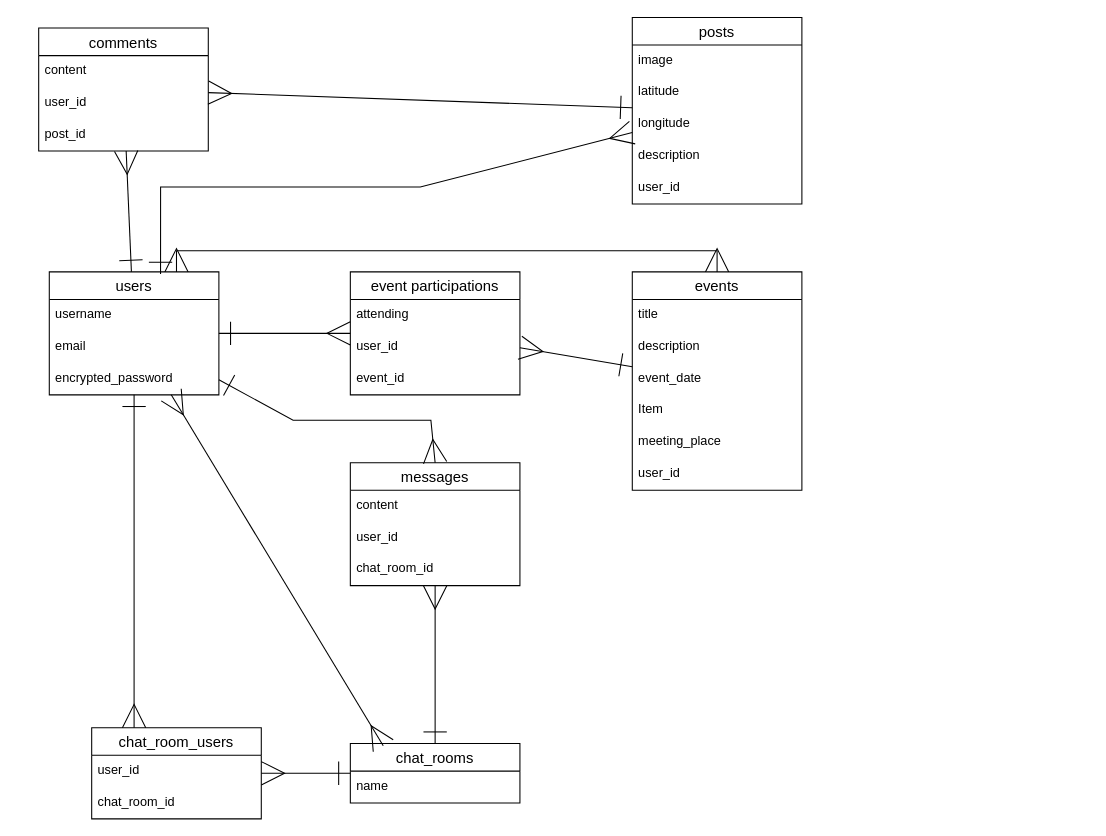
asuma3399/cycleconnect keeps this draw.io diagram as cycleconnect.dio. Above is the earlier version. Source tidied: cells renumbered, new cells numbered last; positions are measured from the earlier drawing's top-left corner, leaving out a move shared by most shapes. Both pictures are drawn from the tidied source at 106%, with x=0, y=0 at pixel (38, 17).
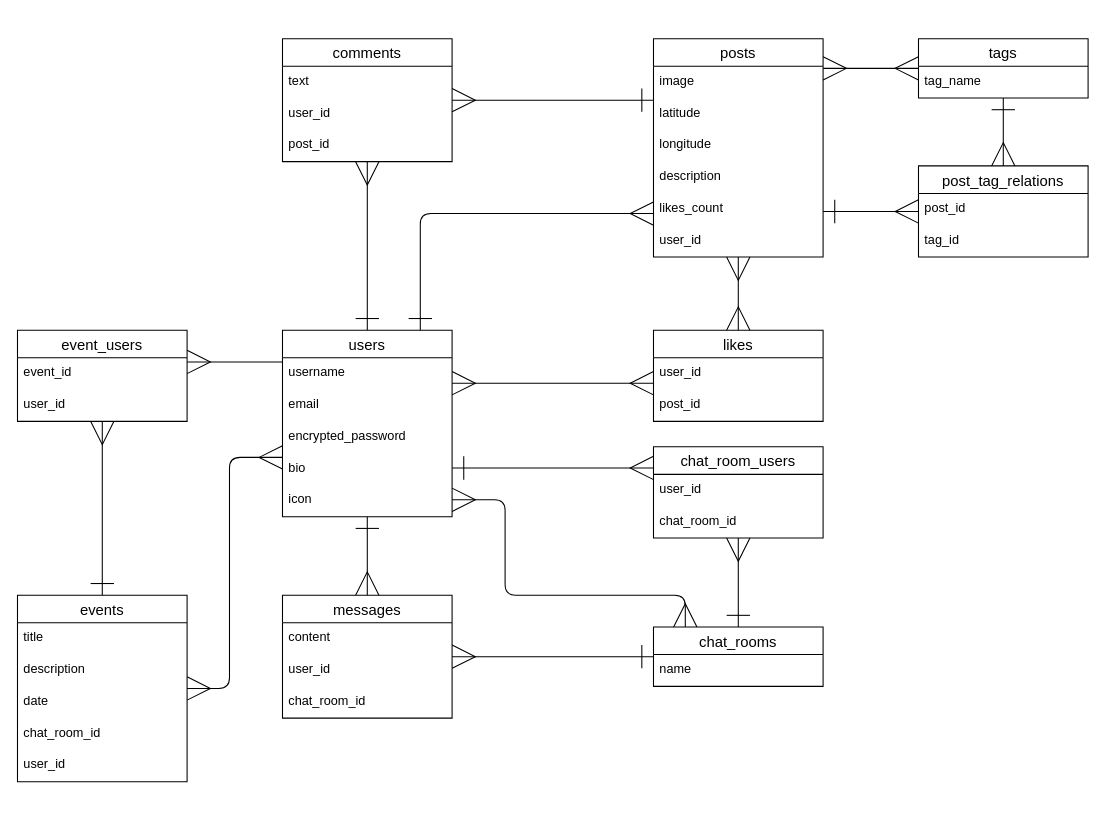
Above is the later version.

The edit, as a diff of the source:
```diff
@@
-<mxGraphModel>
+<mxGraphModel background="#FFFFFF">
@@
-    <mxCell id="3" style="edgeStyle=none;html=1;startArrow=ERone;startFill=0;endArrow=ERmany;endFill=0;startSize=20;endSize=20;" parent="1" edge="1" source="5" target="27">
-      <mxGeometry relative="1" as="geometry" />
-    </mxCell>
-    <mxCell id="4" style="edgeStyle=none;html=1;startArrow=ERmany;startFill=0;endArrow=ERmany;endFill=0;startSize=20;endSize=20;exitX=0.75;exitY=0;exitDx=0;exitDy=0;entryX=0.5;entryY=0;entryDx=0;entryDy=0;rounded=0;" parent="1" edge="1" source="5" target="20">
-      <mxGeometry relative="1" as="geometry">
-        <Array as="points">
-          <mxPoint x="130" y="220" />
-          <mxPoint x="320" y="220" />
-          <mxPoint x="400" y="220" />
-          <mxPoint x="520" y="220" />
-          <mxPoint x="640" y="220" />
-        </Array>
-      </mxGeometry>
-    </mxCell>
     <mxCell id="5" value="users" style="swimlane;fontStyle=0;horizontal=1;startSize=26;align=center;fontSize=14;" parent="1" vertex="1">
-      <mxGeometry x="10" y="240" width="160" height="116" as="geometry" />
+      <mxGeometry x="230" y="295" width="160" height="176" as="geometry" />
     </mxCell>
@@
+    <mxCell id="47" value="bio" style="text;strokeColor=none;fillColor=none;spacingLeft=4;spacingRight=4;overflow=hidden;fontSize=12;" parent="5" vertex="1">
+      <mxGeometry y="116" width="160" height="30" as="geometry" />
+    </mxCell>
+    <mxCell id="48" value="icon" style="text;strokeColor=none;fillColor=none;spacingLeft=4;spacingRight=4;overflow=hidden;fontSize=12;" parent="5" vertex="1">
+      <mxGeometry y="146" width="160" height="30" as="geometry" />
+    </mxCell>
     <mxCell id="9" value="posts" style="swimlane;fontStyle=0;horizontal=1;startSize=26;align=center;fontSize=14;" parent="1" vertex="1">
-      <mxGeometry x="560" width="160" height="176" as="geometry" />
+      <mxGeometry x="580" y="20" width="160" height="206" as="geometry" />
     </mxCell>
@@
+    <mxCell id="49" value="likes_count" style="text;strokeColor=none;fillColor=none;spacingLeft=4;spacingRight=4;overflow=hidden;fontSize=12;" parent="9" vertex="1">
+      <mxGeometry y="146" width="160" height="30" as="geometry" />
+    </mxCell>
     <mxCell id="14" value="user_id" style="text;strokeColor=none;fillColor=none;spacingLeft=4;spacingRight=4;overflow=hidden;fontSize=12;" parent="9" vertex="1">
-      <mxGeometry y="146" width="160" height="30" as="geometry" />
+      <mxGeometry y="176" width="160" height="30" as="geometry" />
     </mxCell>
     <mxCell id="15" value="comments" style="swimlane;fontStyle=0;horizontal=1;startSize=26;align=center;fontSize=14;" parent="1" vertex="1">
-      <mxGeometry y="10" width="160" height="116" as="geometry" />
+      <mxGeometry x="230" y="20" width="160" height="116" as="geometry" />
     </mxCell>
-    <mxCell id="16" value="content" style="text;strokeColor=none;fillColor=none;spacingLeft=4;spacingRight=4;overflow=hidden;fontSize=12;" parent="15" vertex="1">
+    <mxCell id="16" value="text" style="text;strokeColor=none;fillColor=none;spacingLeft=4;spacingRight=4;overflow=hidden;fontSize=12;" parent="15" vertex="1">
       <mxGeometry y="26" width="160" height="30" as="geometry" />
     </mxCell>
@@
-    <mxCell id="19" style="edgeStyle=none;html=1;startArrow=ERone;startFill=0;endArrow=ERmany;endFill=0;startSize=20;endSize=20;" parent="1" edge="1" source="20" target="27">
+    <mxCell id="19" style="edgeStyle=none;html=1;startArrow=ERone;startFill=0;endArrow=ERmany;endFill=0;startSize=20;endSize=20;" parent="1" edge="1" source="20" target="51">
       <mxGeometry relative="1" as="geometry" />
     </mxCell>
     <mxCell id="20" value="events" style="swimlane;fontStyle=0;horizontal=1;startSize=26;align=center;fontSize=14;" parent="1" vertex="1">
-      <mxGeometry x="560" y="240" width="160" height="206" as="geometry" />
+      <mxGeometry x="-20" y="545" width="160" height="176" as="geometry" />
     </mxCell>
@@
-    <mxCell id="23" value="event_date" style="text;strokeColor=none;fillColor=none;spacingLeft=4;spacingRight=4;overflow=hidden;fontSize=12;" parent="20" vertex="1">
+    <mxCell id="23" value="date" style="text;strokeColor=none;fillColor=none;spacingLeft=4;spacingRight=4;overflow=hidden;fontSize=12;" parent="20" vertex="1">
       <mxGeometry y="86" width="160" height="30" as="geometry" />
     </mxCell>
-    <mxCell id="24" value="Item" style="text;strokeColor=none;fillColor=none;spacingLeft=4;spacingRight=4;overflow=hidden;fontSize=12;" parent="20" vertex="1">
-      <mxGeometry y="116" width="160" height="30" as="geometry" />
-    </mxCell>
-    <mxCell id="25" value="meeting_place" style="text;strokeColor=none;fillColor=none;spacingLeft=4;spacingRight=4;overflow=hidden;fontSize=12;" parent="20" vertex="1">
-      <mxGeometry y="146" width="160" height="30" as="geometry" />
-    </mxCell>
+    <mxCell id="50" value="chat_room_id" style="text;strokeColor=none;fillColor=none;spacingLeft=4;spacingRight=4;overflow=hidden;fontSize=12;" parent="20" vertex="1">
+      <mxGeometry y="116" width="160" height="30" as="geometry" />
+    </mxCell>
     <mxCell id="26" value="user_id" style="text;strokeColor=none;fillColor=none;spacingLeft=4;spacingRight=4;overflow=hidden;fontSize=12;" parent="20" vertex="1">
-      <mxGeometry y="176" width="160" height="30" as="geometry" />
+      <mxGeometry y="146" width="160" height="30" as="geometry" />
     </mxCell>
-    <mxCell id="27" value="event participations" style="swimlane;fontStyle=0;horizontal=1;startSize=26;align=center;fontSize=14;" parent="1" vertex="1">
-      <mxGeometry x="294" y="240" width="160" height="116" as="geometry" />
-    </mxCell>
-    <mxCell id="28" value="attending" style="text;strokeColor=none;fillColor=none;spacingLeft=4;spacingRight=4;overflow=hidden;fontSize=12;" parent="27" vertex="1">
-      <mxGeometry y="26" width="160" height="30" as="geometry" />
-    </mxCell>
-    <mxCell id="29" value="user_id" style="text;strokeColor=none;fillColor=none;spacingLeft=4;spacingRight=4;overflow=hidden;fontSize=12;" parent="27" vertex="1">
-      <mxGeometry y="56" width="160" height="30" as="geometry" />
-    </mxCell>
-    <mxCell id="30" value="event_id" style="text;strokeColor=none;fillColor=none;spacingLeft=4;spacingRight=4;overflow=hidden;fontSize=12;" parent="27" vertex="1">
-      <mxGeometry y="86" width="160" height="30" as="geometry" />
-    </mxCell>
-    <mxCell id="31" style="edgeStyle=none;html=1;startArrow=ERone;startFill=0;endArrow=ERmany;endFill=0;startSize=20;endSize=20;" parent="1" edge="1" source="9" target="15">
-      <mxGeometry relative="1" as="geometry" />
+    <mxCell id="31" style="edgeStyle=orthogonalEdgeStyle;html=1;startArrow=ERone;startFill=0;endArrow=ERmany;endFill=0;startSize=20;endSize=20;" parent="1" edge="1" source="9" target="15">
+      <mxGeometry relative="1" as="geometry">
+        <Array as="points">
+          <mxPoint x="530" y="78" />
+          <mxPoint x="530" y="78" />
+        </Array>
+      </mxGeometry>
     </mxCell>
     <mxCell id="32" value="messages" style="swimlane;fontStyle=0;horizontal=1;startSize=26;align=center;fontSize=14;" parent="1" vertex="1">
-      <mxGeometry x="294" y="420" width="160" height="116" as="geometry" />
+      <mxGeometry x="230" y="545" width="160" height="116" as="geometry" />
     </mxCell>
@@
-    <mxCell id="36" style="endArrow=ERmany;html=1;rounded=0;exitX=0.656;exitY=0.017;exitDx=0;exitDy=0;exitPerimeter=0;startArrow=ERone;startFill=0;endFill=0;endSize=20;startSize=20;" parent="1" edge="1" source="5" target="9">
+    <mxCell id="36" style="endArrow=ERmany;html=1;rounded=1;startArrow=ERone;startFill=0;endFill=0;endSize=20;startSize=20;edgeStyle=orthogonalEdgeStyle;" parent="1" edge="1" source="5" target="9">
       <mxGeometry relative="1" as="geometry">
         <Array as="points">
-          <mxPoint x="115" y="160" />
-          <mxPoint x="360" y="160" />
+          <mxPoint x="360" y="185" />
         </Array>
       </mxGeometry>
     </mxCell>
-    <mxCell id="37" style="edgeStyle=none;html=1;startArrow=ERone;startFill=0;endArrow=ERmany;endFill=0;startSize=20;endSize=20;entryX=0.5;entryY=0;entryDx=0;entryDy=0;rounded=0;" parent="1" edge="1" source="5" target="32">
-      <mxGeometry relative="1" as="geometry">
-        <Array as="points">
-          <mxPoint x="240" y="380" />
-          <mxPoint x="370" y="380" />
-        </Array>
-      </mxGeometry>
+    <mxCell id="37" style="edgeStyle=none;html=1;startArrow=ERone;startFill=0;endArrow=ERmany;endFill=0;startSize=20;endSize=20;rounded=0;" parent="1" edge="1" source="5" target="32">
+      <mxGeometry relative="1" as="geometry" />
     </mxCell>
     <mxCell id="38" value="chat_room_users" style="swimlane;fontStyle=0;horizontal=1;startSize=26;align=center;fontSize=14;" parent="1" vertex="1">
-      <mxGeometry x="50" y="670" width="160" height="86" as="geometry" />
+      <mxGeometry x="580" y="405" width="160" height="86" as="geometry" />
     </mxCell>
@@
-    <mxCell id="41" style="edgeStyle=none;html=1;startArrow=ERone;startFill=0;endArrow=ERmany;endFill=0;startSize=20;endSize=20;entryX=0.25;entryY=0;entryDx=0;entryDy=0;" parent="1" edge="1" source="5" target="38">
-      <mxGeometry relative="1" as="geometry" />
+    <mxCell id="41" style="edgeStyle=orthogonalEdgeStyle;html=1;startArrow=ERone;startFill=0;endArrow=ERmany;endFill=0;startSize=20;endSize=20;" parent="1" edge="1" source="5" target="38">
+      <mxGeometry relative="1" as="geometry">
+        <Array as="points">
+          <mxPoint x="490" y="425" />
+          <mxPoint x="490" y="425" />
+        </Array>
+      </mxGeometry>
     </mxCell>
     <mxCell id="42" value="chat_rooms" style="swimlane;fontStyle=0;horizontal=1;startSize=26;align=center;fontSize=14;" parent="1" vertex="1">
-      <mxGeometry x="294" y="685" width="160" height="56" as="geometry" />
+      <mxGeometry x="580" y="575" width="160" height="56" as="geometry" />
     </mxCell>
@@
     <mxCell id="45" style="edgeStyle=none;html=1;startArrow=ERone;startFill=0;endArrow=ERmany;endFill=0;startSize=20;endSize=20;" parent="1" edge="1" source="42" target="32">
-      <mxGeometry relative="1" as="geometry" />
+      <mxGeometry relative="1" as="geometry">
+        <Array as="points">
+          <mxPoint x="490" y="603" />
+        </Array>
+      </mxGeometry>
     </mxCell>
-    <mxCell id="46" style="edgeStyle=none;html=1;startArrow=ERmany;startFill=0;endArrow=ERmany;endFill=0;startSize=20;endSize=20;entryX=0.194;entryY=0.036;entryDx=0;entryDy=0;entryPerimeter=0;" parent="1" edge="1" source="5" target="42">
-      <mxGeometry relative="1" as="geometry" />
+    <mxCell id="46" style="edgeStyle=orthogonalEdgeStyle;html=1;startArrow=ERmany;startFill=0;endArrow=ERmany;endFill=0;startSize=20;endSize=20;" parent="1" edge="1" source="5" target="42">
+      <mxGeometry relative="1" as="geometry">
+        <Array as="points">
+          <mxPoint x="440" y="455" />
+          <mxPoint x="440" y="545" />
+          <mxPoint x="610" y="545" />
+        </Array>
+      </mxGeometry>
     </mxCell>
+    <mxCell id="51" value="event_users" style="swimlane;fontStyle=0;horizontal=1;startSize=26;align=center;fontSize=14;" parent="1" vertex="1">
+      <mxGeometry x="-20" y="295" width="160" height="86" as="geometry" />
+    </mxCell>
+    <mxCell id="30" value="event_id" style="text;strokeColor=none;fillColor=none;spacingLeft=4;spacingRight=4;overflow=hidden;fontSize=12;" parent="51" vertex="1">
+      <mxGeometry y="26" width="160" height="30" as="geometry" />
+    </mxCell>
+    <mxCell id="29" value="user_id" style="text;strokeColor=none;fillColor=none;spacingLeft=4;spacingRight=4;overflow=hidden;fontSize=12;" parent="51" vertex="1">
+      <mxGeometry y="56" width="160" height="30" as="geometry" />
+    </mxCell>
+    <mxCell id="52" value="likes" style="swimlane;fontStyle=0;horizontal=1;startSize=26;align=center;fontSize=14;" parent="1" vertex="1">
+      <mxGeometry x="580" y="295" width="160" height="86" as="geometry" />
+    </mxCell>
+    <mxCell id="53" value="user_id" style="text;strokeColor=none;fillColor=none;spacingLeft=4;spacingRight=4;overflow=hidden;fontSize=12;" parent="52" vertex="1">
+      <mxGeometry y="26" width="160" height="30" as="geometry" />
+    </mxCell>
+    <mxCell id="54" value="post_id" style="text;strokeColor=none;fillColor=none;spacingLeft=4;spacingRight=4;overflow=hidden;fontSize=12;" parent="52" vertex="1">
+      <mxGeometry y="56" width="160" height="30" as="geometry" />
+    </mxCell>
+    <mxCell id="55" style="endArrow=ERmany;html=1;rounded=0;startArrow=ERmany;startFill=0;endFill=0;endSize=20;startSize=20;" parent="1" edge="1" source="52" target="9">
+      <mxGeometry relative="1" as="geometry" />
+    </mxCell>
+    <mxCell id="56" style="endArrow=ERmany;html=1;rounded=1;startSize=20;endSize=20;startArrow=ERmany;startFill=0;endFill=0;edgeStyle=orthogonalEdgeStyle;" parent="1" edge="1" source="5" target="52">
+      <mxGeometry relative="1" as="geometry">
+        <Array as="points">
+          <mxPoint x="480" y="345" />
+          <mxPoint x="480" y="345" />
+        </Array>
+      </mxGeometry>
+    </mxCell>
+    <mxCell id="57" value="post_tag_relations" style="swimlane;fontStyle=0;horizontal=1;startSize=26;align=center;fontSize=14;" parent="1" vertex="1">
+      <mxGeometry x="830" y="140" width="160" height="86" as="geometry" />
+    </mxCell>
+    <mxCell id="58" value="post_id" style="text;strokeColor=none;fillColor=none;spacingLeft=4;spacingRight=4;overflow=hidden;fontSize=12;" parent="57" vertex="1">
+      <mxGeometry y="26" width="160" height="30" as="geometry" />
+    </mxCell>
+    <mxCell id="59" value="tag_id" style="text;strokeColor=none;fillColor=none;spacingLeft=4;spacingRight=4;overflow=hidden;fontSize=12;" parent="57" vertex="1">
+      <mxGeometry y="56" width="160" height="30" as="geometry" />
+    </mxCell>
+    <mxCell id="60" value="tags" style="swimlane;fontStyle=0;horizontal=1;startSize=26;align=center;fontSize=14;" parent="1" vertex="1">
+      <mxGeometry x="830" y="20" width="160" height="56" as="geometry" />
+    </mxCell>
+    <mxCell id="61" value="tag_name" style="text;strokeColor=none;fillColor=none;spacingLeft=4;spacingRight=4;overflow=hidden;fontSize=12;" parent="60" vertex="1">
+      <mxGeometry y="26" width="160" height="30" as="geometry" />
+    </mxCell>
+    <mxCell id="62" style="edgeStyle=orthogonalEdgeStyle;html=1;startArrow=ERmany;startFill=0;endArrow=ERmany;endFill=0;startSize=20;endSize=20;" parent="1" edge="1" source="9" target="60">
+      <mxGeometry relative="1" as="geometry">
+        <Array as="points">
+          <mxPoint x="770" y="48" />
+          <mxPoint x="770" y="48" />
+        </Array>
+      </mxGeometry>
+    </mxCell>
+    <mxCell id="63" style="edgeStyle=none;html=1;startArrow=ERone;startFill=0;endArrow=ERmany;endFill=0;startSize=20;endSize=20;" parent="1" edge="1" source="60" target="57">
+      <mxGeometry relative="1" as="geometry" />
+    </mxCell>
+    <mxCell id="64" style="edgeStyle=elbowEdgeStyle;html=1;startArrow=ERone;startFill=0;endArrow=ERmany;endFill=0;startSize=20;endSize=20;" parent="1" edge="1" source="9" target="57">
+      <mxGeometry relative="1" as="geometry">
+        <Array as="points">
+          <mxPoint x="760" y="183" />
+        </Array>
+      </mxGeometry>
+    </mxCell>
+    <mxCell id="65" style="edgeStyle=orthogonalEdgeStyle;fontSize=12;html=1;endArrow=ERmany;startArrow=ERmany;startSize=20;endSize=20;" parent="1" edge="1" target="5">
+      <mxGeometry relative="1" as="geometry">
+        <mxPoint x="140" y="633" as="sourcePoint" />
+        <Array as="points">
+          <mxPoint x="180" y="633" />
+          <mxPoint x="180" y="415" />
+        </Array>
+      </mxGeometry>
+    </mxCell>
+    <mxCell id="66" style="edgeStyle=orthogonalEdgeStyle;fontSize=12;html=1;endArrow=ERmany;startSize=20;endSize=20;" parent="1" edge="1" source="5" target="51">
+      <mxGeometry relative="1" as="geometry">
+        <Array as="points">
+          <mxPoint x="190" y="325" />
+          <mxPoint x="190" y="325" />
+        </Array>
+      </mxGeometry>
+    </mxCell>
```
